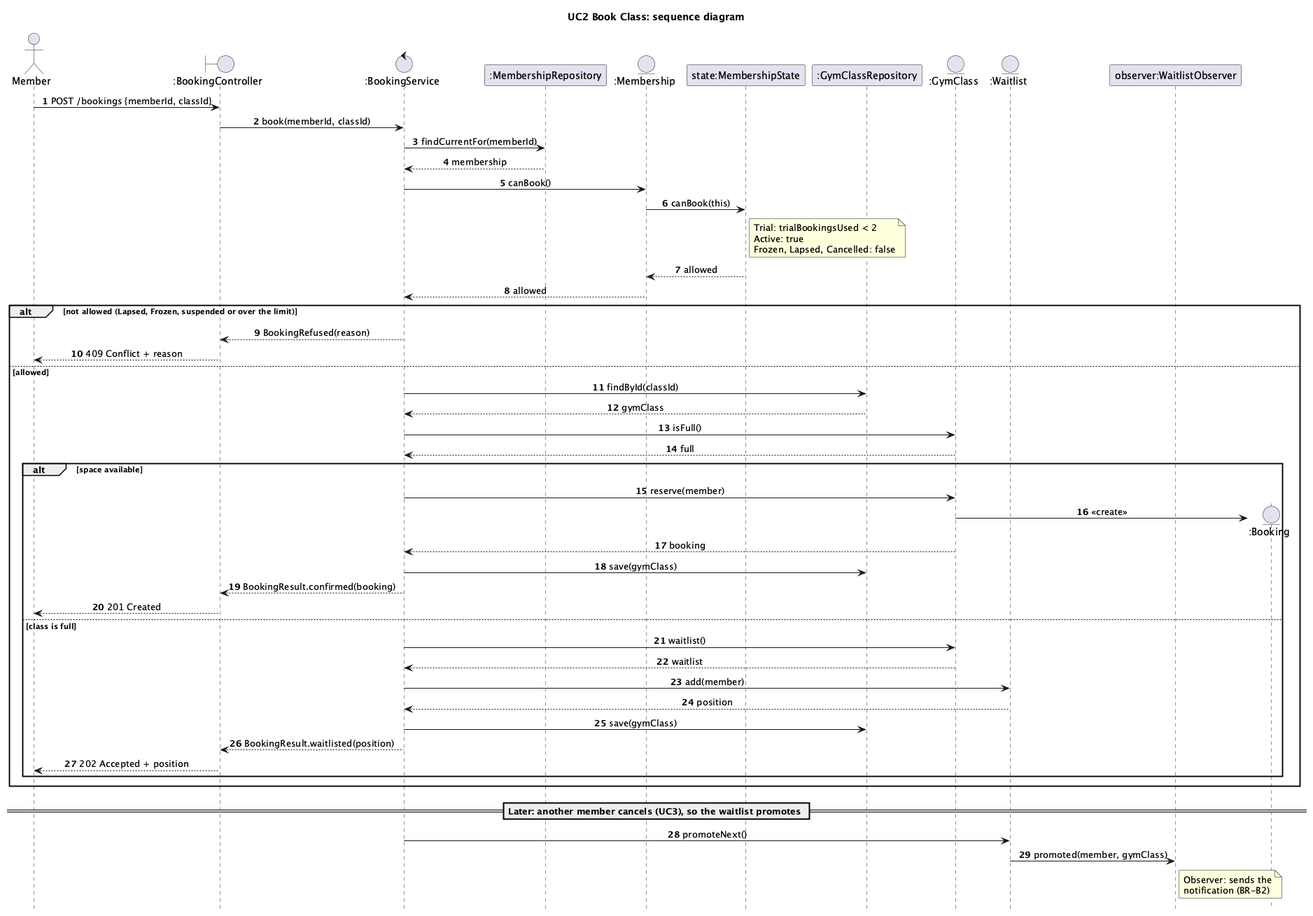
The PlantUML diagram docs/analysis/sequence-book-class.png in CS6451-Advanced-Software-Design/Gym-Membership, before a commit. The source it was exported from:
```plantuml
@startuml sequence-book-class
title UC2 Book Class: sequence diagram
autonumber
skinparam sequenceMessageAlign center
hide footbox

actor Member as actor
boundary ":BookingController" as controller
control ":BookingService" as service
participant ":MembershipRepository" as memberships
entity ":Membership" as membership
participant "state:MembershipState" as state
participant ":GymClassRepository" as classes
entity ":GymClass" as gymClass
entity ":Waitlist" as waitlist
participant "observer:WaitlistObserver" as observer

actor -> controller : POST /bookings {memberId, classId}
controller -> service : book(memberId, classId)
service -> memberships : findCurrentFor(memberId)
memberships --> service : membership
service -> membership : canBook()
membership -> state : canBook(this)
note right of state
  Trial: trialBookingsUsed < 2
  Active: true
  Frozen, Lapsed, Cancelled: false
end note
state --> membership : allowed
membership --> service : allowed

alt not allowed (Lapsed, Frozen, suspended or over the limit)
  service --> controller : BookingRefused(reason)
  controller --> actor : 409 Conflict + reason
else allowed
  service -> classes : findById(classId)
  classes --> service : gymClass
  service -> gymClass : isFull()
  gymClass --> service : full

  alt space available
    service -> gymClass : reserve(member)
    create entity ":Booking" as booking
    gymClass -> booking : <<create>>
    gymClass --> service : booking
    service -> classes : save(gymClass)
    service --> controller : BookingResult.confirmed(booking)
    controller --> actor : 201 Created
  else class is full
    service -> gymClass : waitlist()
    gymClass --> service : waitlist
    service -> waitlist : add(member)
    waitlist --> service : position
    service -> classes : save(gymClass)
    service --> controller : BookingResult.waitlisted(position)
    controller --> actor : 202 Accepted + position
  end
end

== Later: another member cancels (UC3), so the waitlist promotes ==
service -> waitlist : promoteNext()
waitlist -> observer : promoted(member, gymClass)
note right of observer
  Observer: sends the
  notification (BR-B2)
end note
@enduml
```
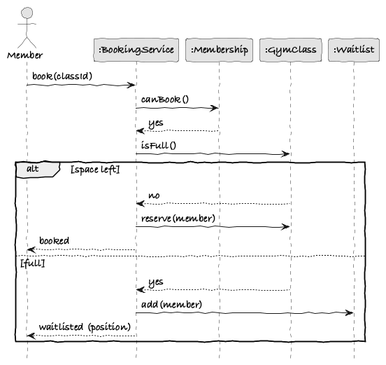
Later version of the same file.

Change to the diagram source:
```diff
@@ -1,67 +1,24 @@
 @startuml sequence-book-class
-title UC2 Book Class: sequence diagram
-autonumber
-skinparam sequenceMessageAlign center
+!include ../style.iuml
 hide footbox
 
-actor Member as actor
-boundary ":BookingController" as controller
-control ":BookingService" as service
-participant ":MembershipRepository" as memberships
-entity ":Membership" as membership
-participant "state:MembershipState" as state
-participant ":GymClassRepository" as classes
-entity ":GymClass" as gymClass
-entity ":Waitlist" as waitlist
-participant "observer:WaitlistObserver" as observer
+actor Member
+participant ":BookingService" as service
+participant ":Membership" as membership
+participant ":GymClass" as gymClass
+participant ":Waitlist" as waitlist
 
-actor -> controller : POST /bookings {memberId, classId}
-controller -> service : book(memberId, classId)
-service -> memberships : findCurrentFor(memberId)
-memberships --> service : membership
+Member -> service : book(classId)
 service -> membership : canBook()
-membership -> state : canBook(this)
-note right of state
-  Trial: trialBookingsUsed < 2
-  Active: true
-  Frozen, Lapsed, Cancelled: false
-end note
-state --> membership : allowed
-membership --> service : allowed
-
-alt not allowed (Lapsed, Frozen, suspended or over the limit)
-  service --> controller : BookingRefused(reason)
-  controller --> actor : 409 Conflict + reason
-else allowed
-  service -> classes : findById(classId)
-  classes --> service : gymClass
-  service -> gymClass : isFull()
-  gymClass --> service : full
-
-  alt space available
-    service -> gymClass : reserve(member)
-    create entity ":Booking" as booking
-    gymClass -> booking : <<create>>
-    gymClass --> service : booking
-    service -> classes : save(gymClass)
-    service --> controller : BookingResult.confirmed(booking)
-    controller --> actor : 201 Created
-  else class is full
-    service -> gymClass : waitlist()
-    gymClass --> service : waitlist
-    service -> waitlist : add(member)
-    waitlist --> service : position
-    service -> classes : save(gymClass)
-    service --> controller : BookingResult.waitlisted(position)
-    controller --> actor : 202 Accepted + position
-  end
+membership --> service : yes
+service -> gymClass : isFull()
+alt space left
+  gymClass --> service : no
+  service -> gymClass : reserve(member)
+  service --> Member : booked
+else full
+  gymClass --> service : yes
+  service -> waitlist : add(member)
+  service --> Member : waitlisted (position)
 end
-
-== Later: another member cancels (UC3), so the waitlist promotes ==
-service -> waitlist : promoteNext()
-waitlist -> observer : promoted(member, gymClass)
-note right of observer
-  Observer: sends the
-  notification (BR-B2)
-end note
 @enduml
```
